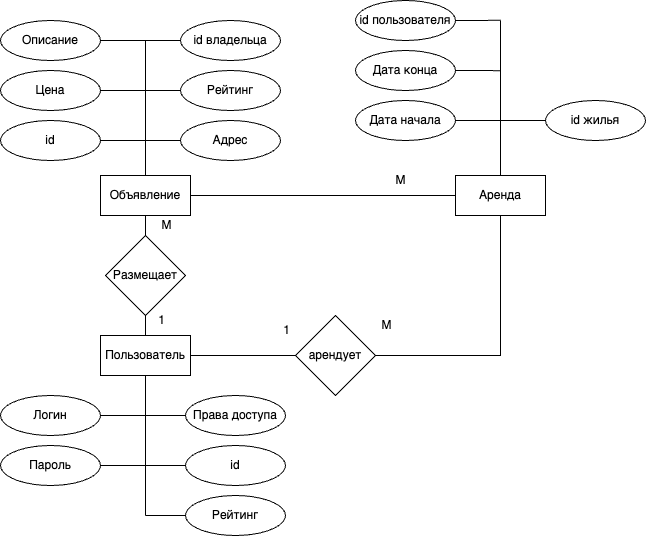
This is doc/img/ER.png from Pangolierchick/IU7-PPO, a draw.io export, as it was before one commit. Source tidied: cells renumbered, new cells last; positions are measured from the earlier drawing's top-left corner, leaving out a move shared by most shapes.
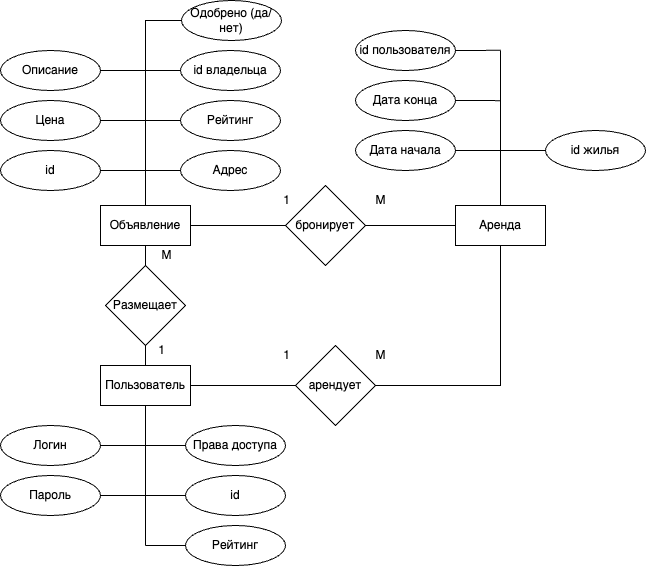
After the commit.

Diff of the diagram source:
```diff
@@ -5,7 +5,7 @@
     <mxCell id="2" style="edgeStyle=orthogonalEdgeStyle;rounded=0;jettySize=auto;html=1;endArrow=none;endFill=0;" parent="1" edge="1" source="4" target="17">
       <mxGeometry relative="1" as="geometry" />
     </mxCell>
-    <mxCell id="3" style="edgeStyle=orthogonalEdgeStyle;rounded=0;jettySize=auto;html=1;exitX=1;exitY=0.5;exitDx=0;exitDy=0;endArrow=none;endFill=0;" parent="1" edge="1" source="4">
+    <mxCell id="3" style="edgeStyle=orthogonalEdgeStyle;rounded=0;jettySize=auto;html=1;exitX=1;exitY=0.5;exitDx=0;exitDy=0;endArrow=none;endFill=0;" parent="1" edge="1" source="49">
       <mxGeometry relative="1" as="geometry">
         <mxPoint x="380" y="195" as="targetPoint" />
       </mxGeometry>
@@ -151,7 +151,7 @@
       <mxGeometry x="545" y="100" width="100" height="40" as="geometry" />
     </mxCell>
     <mxCell id="42" value="M" style="text;html=1;align=center;verticalAlign=middle;strokeColor=none;fillColor=none;" parent="1" vertex="1">
-      <mxGeometry x="385" y="165" width="30" height="30" as="geometry" />
+      <mxGeometry x="365" y="155" width="30" height="30" as="geometry" />
     </mxCell>
     <mxCell id="43" style="edgeStyle=orthogonalEdgeStyle;rounded=0;jettySize=auto;html=1;exitX=0;exitY=0.5;exitDx=0;exitDy=0;entryX=1;entryY=0.5;entryDx=0;entryDy=0;endArrow=none;endFill=0;" parent="1" edge="1" source="45" target="19">
       <mxGeometry relative="1" as="geometry" />
@@ -163,10 +163,27 @@
       <mxGeometry x="295" y="315" width="80" height="80" as="geometry" />
     </mxCell>
     <mxCell id="46" value="1" style="text;html=1;align=center;verticalAlign=middle;strokeColor=none;fillColor=none;" parent="1" vertex="1">
-      <mxGeometry x="271" y="315" width="30" height="30" as="geometry" />
+      <mxGeometry x="271" y="310" width="30" height="30" as="geometry" />
     </mxCell>
     <mxCell id="47" value="М" style="text;html=1;align=center;verticalAlign=middle;strokeColor=none;fillColor=none;" parent="1" vertex="1">
-      <mxGeometry x="371" y="310" width="30" height="30" as="geometry" />
+      <mxGeometry x="365" y="310" width="30" height="30" as="geometry" />
     </mxCell>
+    <mxCell id="48" style="edgeStyle=orthogonalEdgeStyle;rounded=0;jettySize=auto;html=1;exitX=1;exitY=0.5;exitDx=0;exitDy=0;endArrow=none;endFill=0;" parent="1" edge="1" source="4" target="49">
+      <mxGeometry relative="1" as="geometry" />
+    </mxCell>
+    <mxCell id="49" value="бронирует" style="rhombus;whiteSpace=wrap;html=1;rounded=0;" parent="1" vertex="1">
+      <mxGeometry x="285" y="155" width="80" height="80" as="geometry" />
+    </mxCell>
+    <mxCell id="50" style="edgeStyle=orthogonalEdgeStyle;rounded=0;jettySize=auto;html=1;exitX=0;exitY=0.5;exitDx=0;exitDy=0;endArrow=none;endFill=0;" parent="1" edge="1" source="51">
+      <mxGeometry relative="1" as="geometry">
+        <mxPoint x="145" y="40" as="targetPoint" />
+      </mxGeometry>
+    </mxCell>
+    <mxCell id="51" value="Одобрено (да/нет)" style="ellipse;whiteSpace=wrap;html=1;" parent="1" vertex="1">
+      <mxGeometry x="181" y="-30" width="100" height="40" as="geometry" />
+    </mxCell>
+    <mxCell id="52" value="1" style="text;html=1;align=center;verticalAlign=middle;strokeColor=none;fillColor=none;" parent="1" vertex="1">
+      <mxGeometry x="271" y="155" width="30" height="30" as="geometry" />
+    </mxCell>
   </root>
 </mxGraphModel>
```
